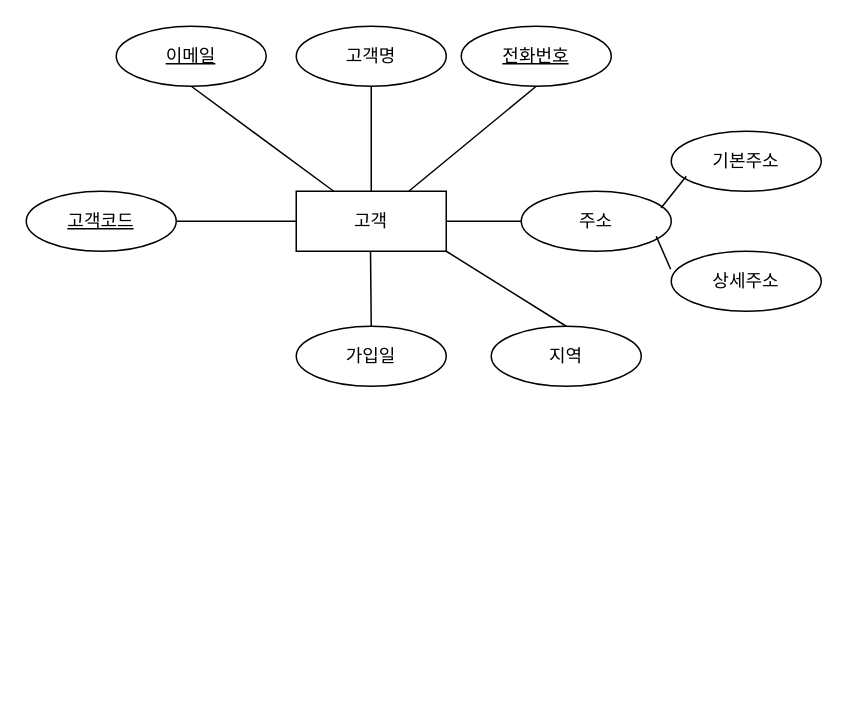
Above: 제목 없는 다이어그램.drawio in chankyukim/ERD (draw.io), before the change. Source tidied: cells renumbered, new cells numbered last; positions are measured from the earlier drawing's top-left corner, leaving out a move shared by most shapes. Both pictures are drawn from the tidied source at 150%, with x=0, y=0 at pixel (26, 26).
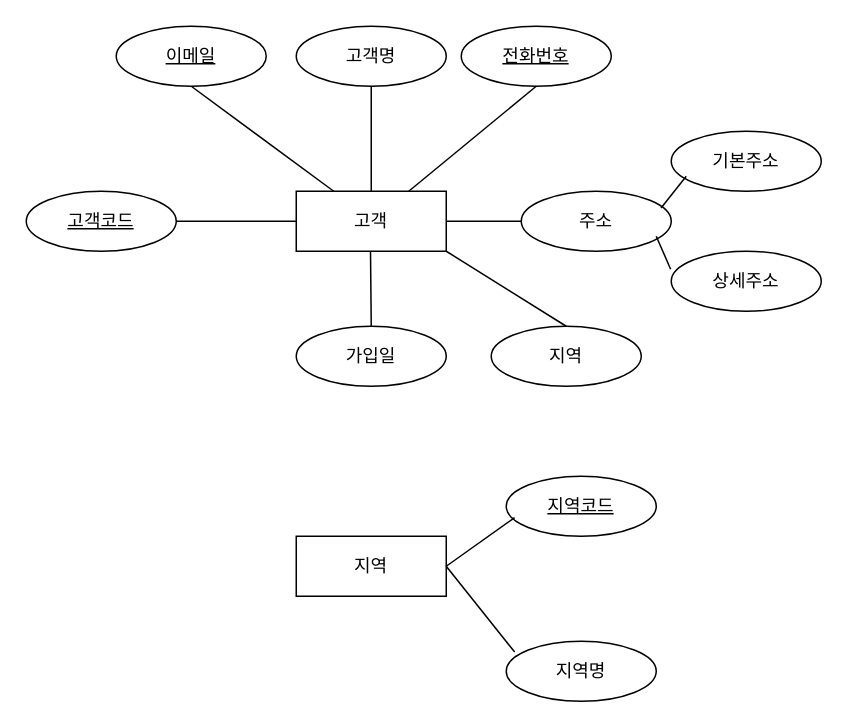
Above is the later version.

Commit message (it also covers changes not shown here):
제목 없는 다이어그램.drawio 업데이트

Change to the diagram source:
```diff
@@
+    <mxCell id="21" value="지역" style="whiteSpace=wrap;html=1;align=center;" parent="1" vertex="1">
+      <mxGeometry x="180" y="340" width="100" height="40" as="geometry" />
+    </mxCell>
+    <mxCell id="22" value="&lt;u&gt;지역코드&lt;/u&gt;" style="ellipse;whiteSpace=wrap;html=1;align=center;" parent="1" vertex="1">
+      <mxGeometry x="320" y="300" width="100" height="40" as="geometry" />
+    </mxCell>
+    <mxCell id="23" value="지역명" style="ellipse;whiteSpace=wrap;html=1;align=center;" parent="1" vertex="1">
+      <mxGeometry x="320" y="410" width="100" height="40" as="geometry" />
+    </mxCell>
+    <mxCell id="24" style="endArrow=none;html=1;rounded=0;entryX=0.056;entryY=0.69;entryDx=0;entryDy=0;entryPerimeter=0;" parent="1" edge="1" target="22">
+      <mxGeometry relative="1" as="geometry">
+        <mxPoint x="280" y="360" as="sourcePoint" />
+      </mxGeometry>
+    </mxCell>
+    <mxCell id="25" style="endArrow=none;html=1;rounded=0;entryX=0.056;entryY=0.18;entryDx=0;entryDy=0;entryPerimeter=0;" parent="1" edge="1" target="23">
+      <mxGeometry relative="1" as="geometry">
+        <mxPoint x="280" y="360" as="sourcePoint" />
+      </mxGeometry>
+    </mxCell>
```
